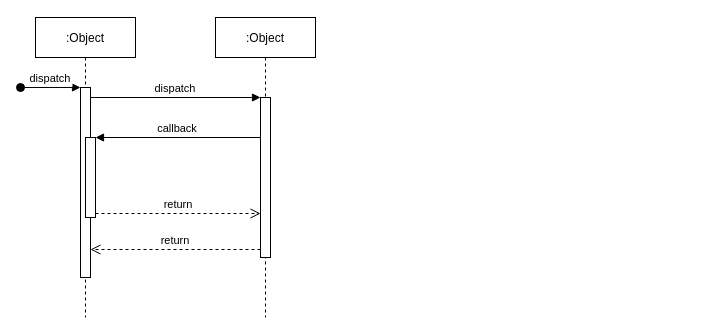
Above: Untitled Diagram.drawio in hariprathap-hp/minderaWeatherService (draw.io), before the change. Source tidied: cells renumbered, new cells numbered last; positions are measured from the earlier drawing's top-left corner, leaving out a move shared by most shapes. Both pictures are drawn from the tidied source at 100%, with x=0, y=0 at pixel (20, 17).
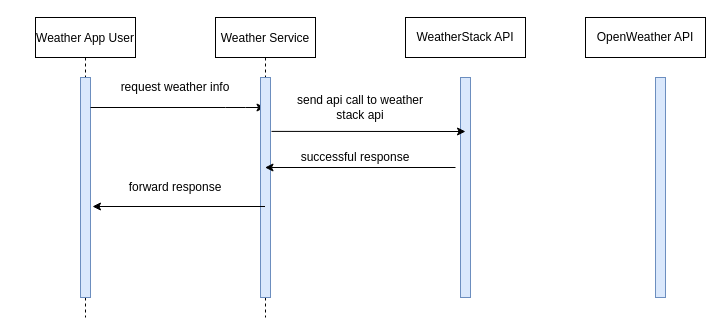
The same page after the edit.

What changed in the source:
```diff
@@
-    <mxCell id="2" value=":Object" style="shape=umlLifeline;perimeter=lifelinePerimeter;rounded=0;shadow=0;strokeWidth=1;" parent="1" vertex="1">
+    <mxCell id="2" value="Weather App User" style="shape=umlLifeline;perimeter=lifelinePerimeter;rounded=0;shadow=0;strokeWidth=1;" parent="1" vertex="1">
       <mxGeometry x="15" width="100" height="300" as="geometry" />
     </mxCell>
-    <mxCell id="3" style="points=[];perimeter=orthogonalPerimeter;rounded=0;shadow=0;strokeWidth=1;" parent="2" vertex="1">
-      <mxGeometry x="45" y="70" width="10" height="190" as="geometry" />
+    <mxCell id="3" style="points=[];perimeter=orthogonalPerimeter;rounded=0;shadow=0;strokeWidth=1;fillColor=#dae8fc;strokeColor=#6c8ebf;" parent="2" vertex="1">
+      <mxGeometry x="45" y="60" width="10" height="220" as="geometry" />
     </mxCell>
-    <mxCell id="4" value="dispatch" style="verticalAlign=bottom;startArrow=oval;endArrow=block;startSize=8;shadow=0;strokeWidth=1;" parent="2" edge="1" target="3">
-      <mxGeometry relative="1" as="geometry">
-        <mxPoint x="-15" y="70" as="sourcePoint" />
-      </mxGeometry>
-    </mxCell>
-    <mxCell id="5" style="points=[];perimeter=orthogonalPerimeter;rounded=0;shadow=0;strokeWidth=1;" parent="2" vertex="1">
-      <mxGeometry x="50" y="120" width="10" height="80" as="geometry" />
-    </mxCell>
+    <mxCell id="12" style="endArrow=classic;html=1;" parent="2" edge="1" target="6">
+      <mxGeometry relative="1" as="geometry">
+        <mxPoint x="55" y="90" as="sourcePoint" />
+        <Array as="points">
+          <mxPoint x="200" y="90" />
+        </Array>
+      </mxGeometry>
+    </mxCell>
-    <mxCell id="6" value=":Object" style="shape=umlLifeline;perimeter=lifelinePerimeter;rounded=0;shadow=0;strokeWidth=1;" parent="1" vertex="1">
+    <mxCell id="6" value="Weather Service" style="shape=umlLifeline;perimeter=lifelinePerimeter;rounded=0;shadow=0;strokeWidth=1;" parent="1" vertex="1">
       <mxGeometry x="195" width="100" height="300" as="geometry" />
     </mxCell>
-    <mxCell id="7" style="points=[];perimeter=orthogonalPerimeter;rounded=0;shadow=0;strokeWidth=1;" parent="6" vertex="1">
-      <mxGeometry x="45" y="80" width="10" height="160" as="geometry" />
+    <mxCell id="7" style="points=[];perimeter=orthogonalPerimeter;rounded=0;shadow=0;strokeWidth=1;fillColor=#dae8fc;strokeColor=#6c8ebf;" parent="6" vertex="1">
+      <mxGeometry x="45" y="60" width="10" height="220" as="geometry" />
     </mxCell>
-    <mxCell id="8" value="return" style="verticalAlign=bottom;endArrow=open;dashed=1;endSize=8;exitX=0;exitY=0.95;shadow=0;strokeWidth=1;" parent="1" edge="1" source="7" target="3">
-      <mxGeometry relative="1" as="geometry" />
-    </mxCell>
-    <mxCell id="9" value="dispatch" style="verticalAlign=bottom;endArrow=block;entryX=0;entryY=0;shadow=0;strokeWidth=1;" parent="1" edge="1" source="3" target="7">
-      <mxGeometry relative="1" as="geometry" />
-    </mxCell>
-    <mxCell id="10" value="callback" style="verticalAlign=bottom;endArrow=block;entryX=1;entryY=0;shadow=0;strokeWidth=1;" parent="1" edge="1" source="7" target="5">
-      <mxGeometry relative="1" as="geometry" />
-    </mxCell>
-    <mxCell id="11" value="return" style="verticalAlign=bottom;endArrow=open;dashed=1;endSize=8;exitX=1;exitY=0.95;shadow=0;strokeWidth=1;" parent="1" edge="1" source="5" target="7">
-      <mxGeometry relative="1" as="geometry" />
-    </mxCell>
+    <mxCell id="13" value="WeatherStack API" style="rounded=0;whiteSpace=wrap;html=1;" parent="1" vertex="1">
+      <mxGeometry x="385" width="120" height="40" as="geometry" />
+    </mxCell>
+    <mxCell id="14" value="OpenWeather API" style="rounded=0;whiteSpace=wrap;html=1;" parent="1" vertex="1">
+      <mxGeometry x="565" width="120" height="40" as="geometry" />
+    </mxCell>
+    <mxCell id="15" value="request weather info" style="text;html=1;strokeColor=none;fillColor=none;align=center;verticalAlign=middle;whiteSpace=wrap;rounded=0;" parent="1" vertex="1">
+      <mxGeometry x="95" y="60" width="120" height="20" as="geometry" />
+    </mxCell>
+    <mxCell id="16" style="perimeter=orthogonalPerimeter;rounded=0;shadow=0;strokeWidth=1;fillColor=#dae8fc;strokeColor=#6c8ebf;" parent="1" vertex="1">
+      <mxGeometry x="440" y="60" width="10" height="220" as="geometry" />
+    </mxCell>
+    <mxCell id="17" style="perimeter=orthogonalPerimeter;rounded=0;shadow=0;strokeWidth=1;fillColor=#dae8fc;strokeColor=#6c8ebf;" parent="1" vertex="1">
+      <mxGeometry x="635" y="60" width="10" height="220" as="geometry" />
+    </mxCell>
+    <mxCell id="18" style="endArrow=classic;html=1;exitX=1.1;exitY=0.245;exitDx=0;exitDy=0;exitPerimeter=0;" parent="1" edge="1" source="7">
+      <mxGeometry relative="1" as="geometry">
+        <mxPoint x="445" y="114" as="targetPoint" />
+      </mxGeometry>
+    </mxCell>
+    <mxCell id="19" value="send api call to weather stack api" style="text;html=1;strokeColor=none;fillColor=none;align=center;verticalAlign=middle;whiteSpace=wrap;rounded=0;" parent="1" vertex="1">
+      <mxGeometry x="265" y="70" width="150" height="40" as="geometry" />
+    </mxCell>
+    <mxCell id="20" style="endArrow=classic;html=1;" parent="1" edge="1" target="6">
+      <mxGeometry relative="1" as="geometry">
+        <mxPoint x="435" y="150" as="sourcePoint" />
+      </mxGeometry>
+    </mxCell>
+    <mxCell id="21" value="successful response" style="text;html=1;strokeColor=none;fillColor=none;align=center;verticalAlign=middle;whiteSpace=wrap;rounded=0;" parent="1" vertex="1">
+      <mxGeometry x="265" y="130" width="140" height="20" as="geometry" />
+    </mxCell>
+    <mxCell id="22" style="endArrow=classic;html=1;" parent="1" edge="1" source="6">
+      <mxGeometry relative="1" as="geometry">
+        <mxPoint x="72" y="189" as="targetPoint" />
+      </mxGeometry>
+    </mxCell>
+    <mxCell id="23" value="forward response" style="text;html=1;strokeColor=none;fillColor=none;align=center;verticalAlign=middle;whiteSpace=wrap;rounded=0;" parent="1" vertex="1">
+      <mxGeometry x="95" y="160" width="120" height="20" as="geometry" />
+    </mxCell>
```
